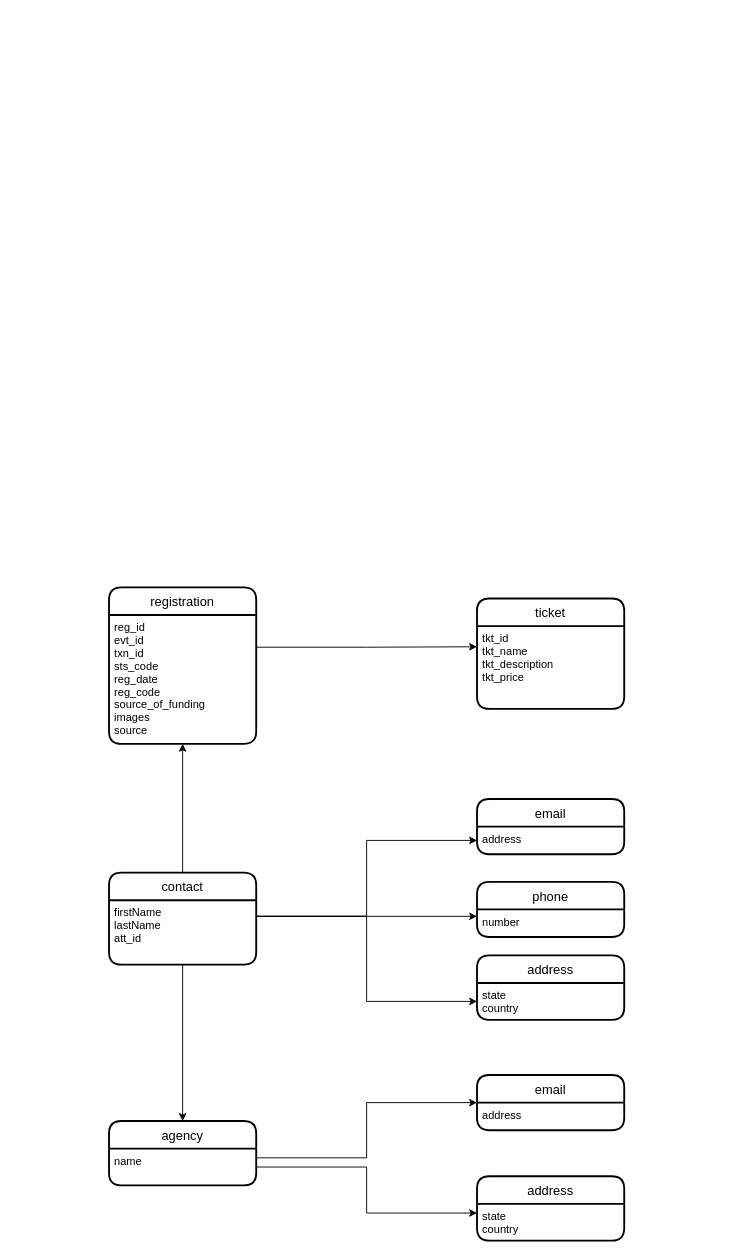
Earlier version of the draw.io diagram page "registration-relationships" (2 of 2) of street-cops-data.drawio (razaman2/diagram). Source tidied: cells renumbered, new cells numbered last; positions are measured from the earlier drawing's top-left corner, leaving out a move shared by most shapes. Both pictures are drawn from the tidied source at 92%, with x=0, y=0 at pixel (109, 587).
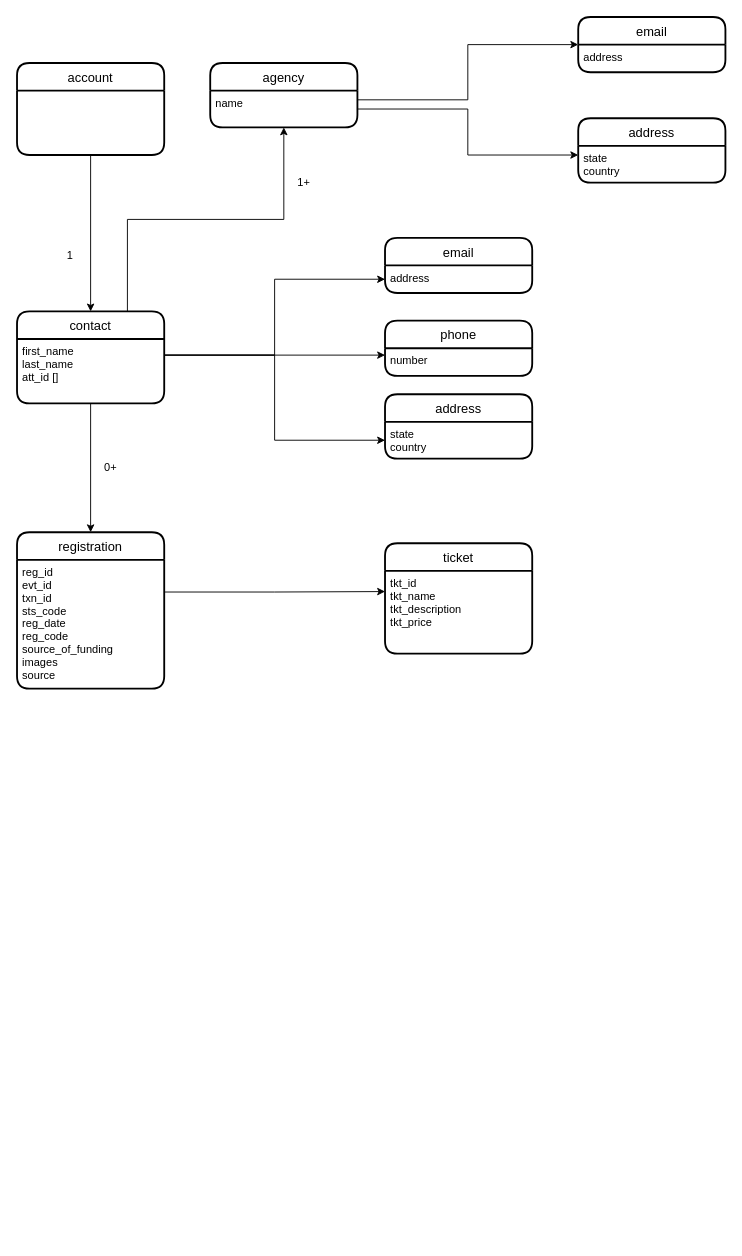
Above is the later version.

The change refers to these unchanged cells:
```xml
<mxCell id="12" value="name" style="align=left;strokeColor=none;fillColor=none;spacingLeft=4;fontSize=12;verticalAlign=top;" parent="11" vertex="1">
  <mxGeometry y="30" width="160" height="40" as="geometry" />
</mxCell>
<mxCell id="22" value="reg_id&#10;evt_id&#10;txn_id&#10;sts_code&#10;reg_date&#10;reg_code&#10;source_of_funding&#10;images&#10;source&#10;" style="align=left;strokeColor=none;fillColor=none;spacingLeft=4;fontSize=12;verticalAlign=top;" parent="21" vertex="1">
  <mxGeometry y="30" width="160" height="140" as="geometry" />
</mxCell>
```

What changed in the source:
```diff
@@
-    <mxCell id="2" style="edgeStyle=orthogonalEdgeStyle;rounded=0;jettySize=auto;html=1;exitX=0.5;exitY=0;exitDx=0;exitDy=0;entryX=0.5;entryY=1;entryDx=0;entryDy=0;" parent="1" edge="1" source="3" target="22">
-      <mxGeometry relative="1" as="geometry" />
-    </mxCell>
+    <mxCell id="28" style="edgeStyle=orthogonalEdgeStyle;rounded=0;jettySize=auto;html=1;exitX=0.75;exitY=0;exitDx=0;exitDy=0;entryX=0.5;entryY=1;entryDx=0;entryDy=0;" parent="1" edge="1" source="3" target="12">
+      <mxGeometry relative="1" as="geometry" />
+    </mxCell>
     <mxCell id="3" value="contact" style="swimlane;horizontal=1;startSize=30;rounded=1;fontSize=14;fontStyle=0;strokeWidth=2;shadow=0;dashed=0;align=center;" parent="1" vertex="1">
-      <mxGeometry y="310" width="160" height="100" as="geometry" />
+      <mxGeometry x="-100" y="-300" width="160" height="100" as="geometry" />
     </mxCell>
-    <mxCell id="4" value="firstName&#10;lastName&#10;att_id" style="align=left;strokeColor=none;fillColor=none;spacingLeft=4;fontSize=12;verticalAlign=top;" parent="3" vertex="1">
+    <mxCell id="4" value="first_name&#10;last_name&#10;att_id []" style="align=left;strokeColor=none;fillColor=none;spacingLeft=4;fontSize=12;verticalAlign=top;" parent="3" vertex="1">
       <mxGeometry y="30" width="160" height="70" as="geometry" />
     </mxCell>
     <mxCell id="5" value="email" style="swimlane;horizontal=1;startSize=30;rounded=1;fontSize=14;fontStyle=0;strokeWidth=2;shadow=0;dashed=0;align=center;" parent="1" vertex="1">
-      <mxGeometry x="400" y="230" width="160" height="60" as="geometry" />
+      <mxGeometry x="300" y="-380" width="160" height="60" as="geometry" />
     </mxCell>
@@
     <mxCell id="7" value="phone" style="swimlane;horizontal=1;startSize=30;rounded=1;fontSize=14;fontStyle=0;strokeWidth=2;shadow=0;dashed=0;align=center;" parent="1" vertex="1">
-      <mxGeometry x="400" y="320" width="160" height="60" as="geometry" />
+      <mxGeometry x="300" y="-290" width="160" height="60" as="geometry" />
     </mxCell>
@@
     <mxCell id="9" value="address" style="swimlane;horizontal=1;startSize=30;rounded=1;fontSize=14;fontStyle=0;strokeWidth=2;shadow=0;dashed=0;align=center;" parent="1" vertex="1">
-      <mxGeometry x="400" y="400" width="160" height="70" as="geometry" />
+      <mxGeometry x="300" y="-210" width="160" height="70" as="geometry" />
     </mxCell>
@@
     <mxCell id="11" value="agency" style="swimlane;horizontal=1;startSize=30;rounded=1;fontSize=14;fontStyle=0;strokeWidth=2;shadow=0;dashed=0;align=center;" parent="1" vertex="1">
-      <mxGeometry y="580" width="160" height="70" as="geometry" />
+      <mxGeometry x="110" y="-570" width="160" height="70" as="geometry" />
     </mxCell>
@@
     <mxCell id="13" value="email" style="swimlane;horizontal=1;startSize=30;rounded=1;fontSize=14;fontStyle=0;strokeWidth=2;shadow=0;dashed=0;align=center;" parent="1" vertex="1">
-      <mxGeometry x="400" y="530" width="160" height="60" as="geometry" />
+      <mxGeometry x="510" y="-620" width="160" height="60" as="geometry" />
     </mxCell>
@@
     <mxCell id="15" value="address" style="swimlane;horizontal=1;startSize=30;rounded=1;fontSize=14;fontStyle=0;strokeWidth=2;shadow=0;dashed=0;align=center;" parent="1" vertex="1">
-      <mxGeometry x="400" y="640" width="160" height="70" as="geometry" />
+      <mxGeometry x="510" y="-510" width="160" height="70" as="geometry" />
     </mxCell>
@@
     <mxCell id="21" value="registration" style="swimlane;horizontal=1;startSize=30;rounded=1;fontSize=14;fontStyle=0;strokeWidth=2;shadow=0;dashed=0;align=center;" parent="1" vertex="1">
-      <mxGeometry width="160" height="170" as="geometry" />
+      <mxGeometry x="-100" y="-60" width="160" height="170" as="geometry" />
     </mxCell>
@@
-    <mxCell id="23" style="edgeStyle=orthogonalEdgeStyle;rounded=0;jettySize=auto;html=1;exitX=0.5;exitY=1;exitDx=0;exitDy=0;" parent="1" edge="1" source="4" target="11">
-      <mxGeometry relative="1" as="geometry" />
-    </mxCell>
@@
     <mxCell id="25" value="ticket" style="swimlane;horizontal=1;startSize=30;rounded=1;fontSize=14;fontStyle=0;strokeWidth=2;shadow=0;dashed=0;align=center;" parent="1" vertex="1">
-      <mxGeometry x="400" y="12" width="160" height="120" as="geometry" />
+      <mxGeometry x="300" y="-48" width="160" height="120" as="geometry" />
     </mxCell>
@@
+    <mxCell id="29" style="edgeStyle=orthogonalEdgeStyle;rounded=0;jettySize=auto;html=1;exitX=0.5;exitY=1;exitDx=0;exitDy=0;entryX=0.5;entryY=0;entryDx=0;entryDy=0;" parent="1" edge="1" source="30" target="3">
+      <mxGeometry relative="1" as="geometry" />
+    </mxCell>
+    <mxCell id="30" value="account" style="swimlane;horizontal=1;startSize=30;rounded=1;fontSize=14;fontStyle=0;strokeWidth=2;shadow=0;dashed=0;align=center;" parent="1" vertex="1">
+      <mxGeometry x="-100" y="-570" width="160" height="100" as="geometry" />
+    </mxCell>
+    <mxCell id="31" style="edgeStyle=orthogonalEdgeStyle;rounded=0;jettySize=auto;html=1;exitX=0.5;exitY=1;exitDx=0;exitDy=0;" parent="1" edge="1" source="4" target="21">
+      <mxGeometry relative="1" as="geometry" />
+    </mxCell>
+    <mxCell id="32" value="0+" style="text;html=1;strokeColor=none;fillColor=none;align=center;verticalAlign=middle;whiteSpace=wrap;rounded=0;" parent="1" vertex="1">
+      <mxGeometry x="-18" y="-140" width="40" height="20" as="geometry" />
+    </mxCell>
+    <mxCell id="33" value="1+" style="text;html=1;strokeColor=none;fillColor=none;align=center;verticalAlign=middle;whiteSpace=wrap;rounded=0;" parent="1" vertex="1">
+      <mxGeometry x="192" y="-450" width="40" height="20" as="geometry" />
+    </mxCell>
+    <mxCell id="34" value="1" style="text;html=1;strokeColor=none;fillColor=none;align=center;verticalAlign=middle;whiteSpace=wrap;rounded=0;" parent="1" vertex="1">
+      <mxGeometry x="-62" y="-370" width="40" height="20" as="geometry" />
+    </mxCell>
```
